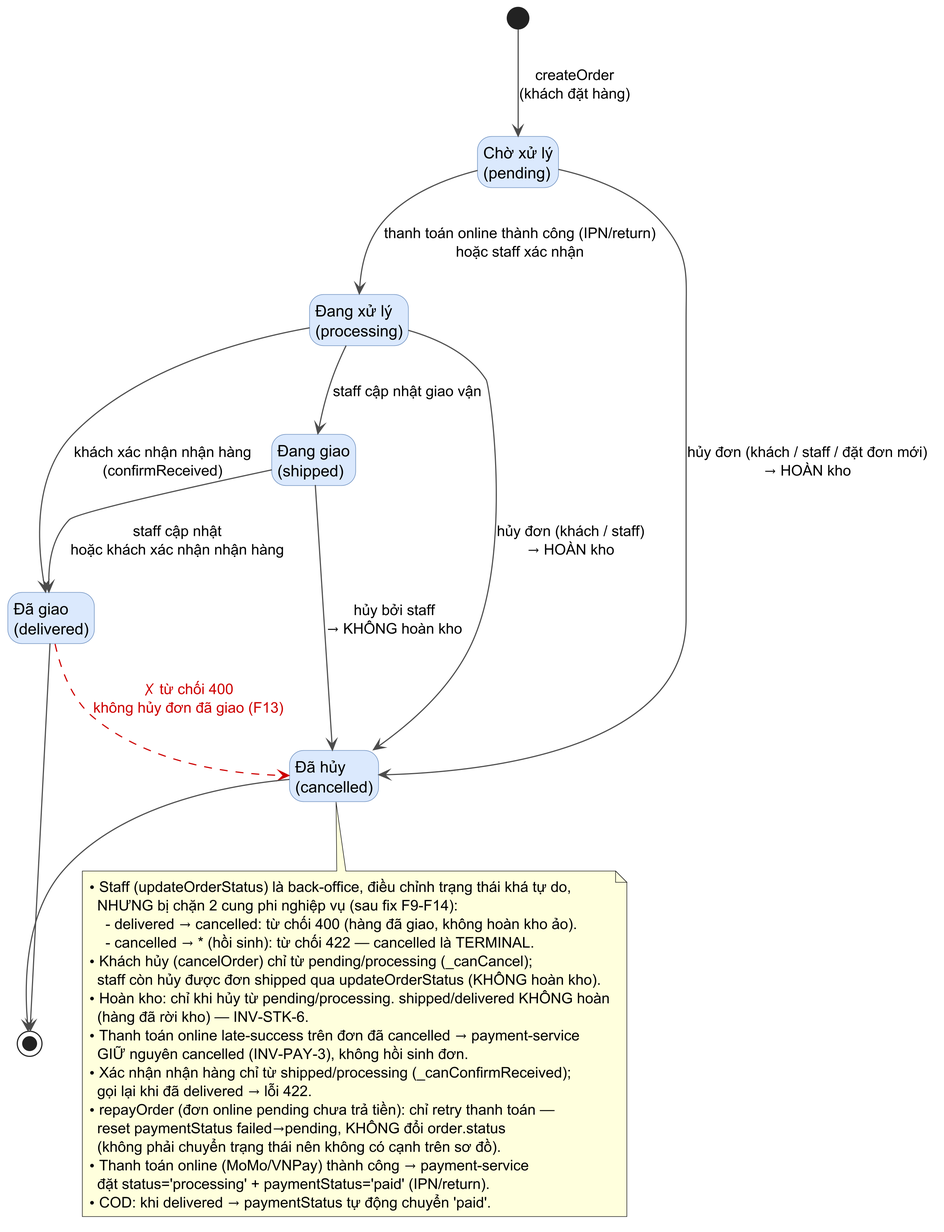
Earlier version of the PlantUML export diagrams/state/state-01-order.png (MinhThang1009/E-commerce-website).
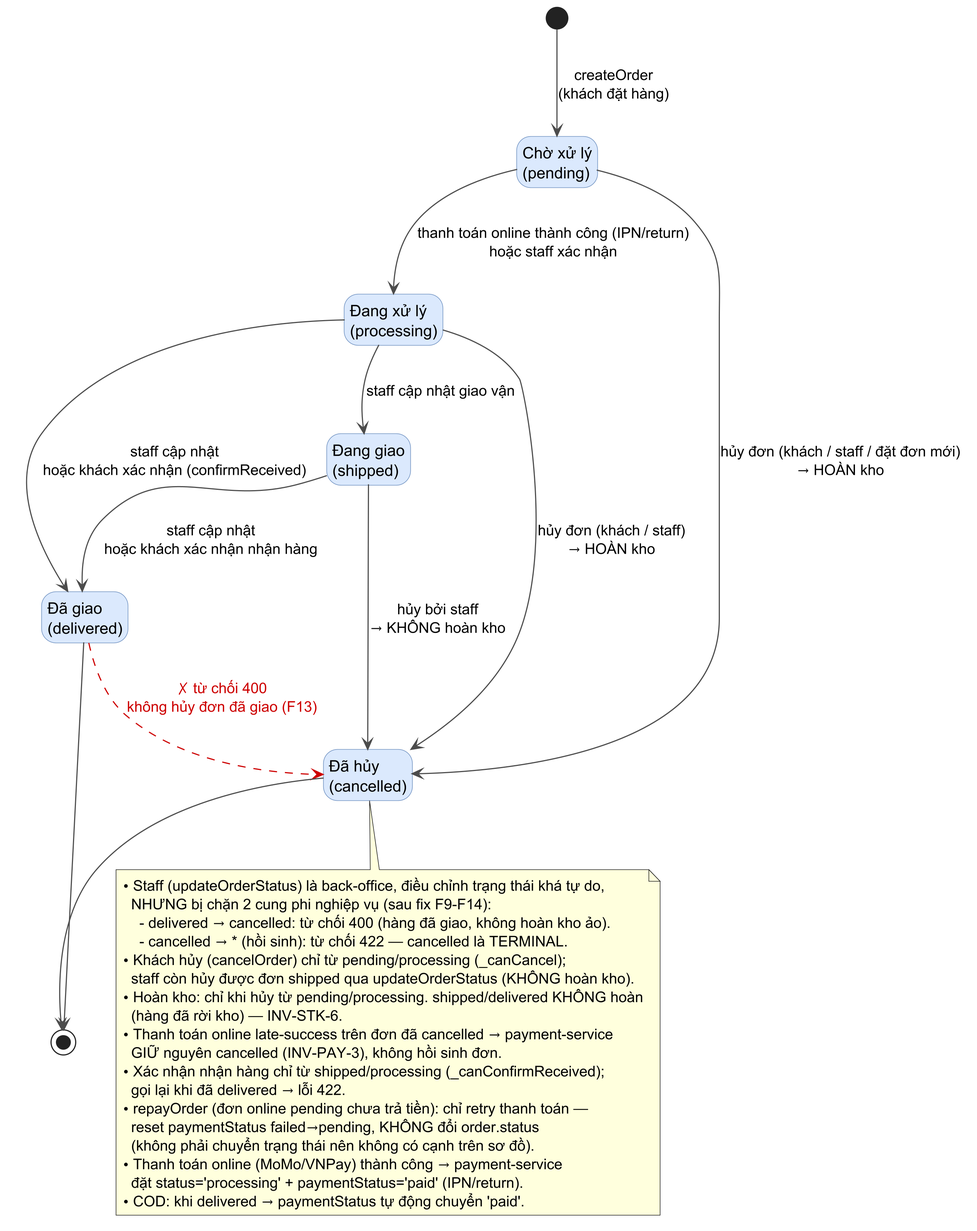
After the change.

What changed in the source:
```diff
@@ -21,7 +21,7 @@
 pending    --> processing : thanh toán online thành công (IPN/return)\nhoặc staff xác nhận
 processing --> shipped    : staff cập nhật giao vận
 shipped    --> delivered  : staff cập nhật\nhoặc khách xác nhận nhận hàng
-processing --> delivered  : khách xác nhận nhận hàng\n(confirmReceived)
+processing --> delivered  : staff cập nhật\nhoặc khách xác nhận (confirmReceived)
 
 pending    --> cancelled : hủy đơn (khách / staff / đặt đơn mới)\n→ HOÀN kho
 processing --> cancelled : hủy đơn (khách / staff)\n→ HOÀN kho
```
